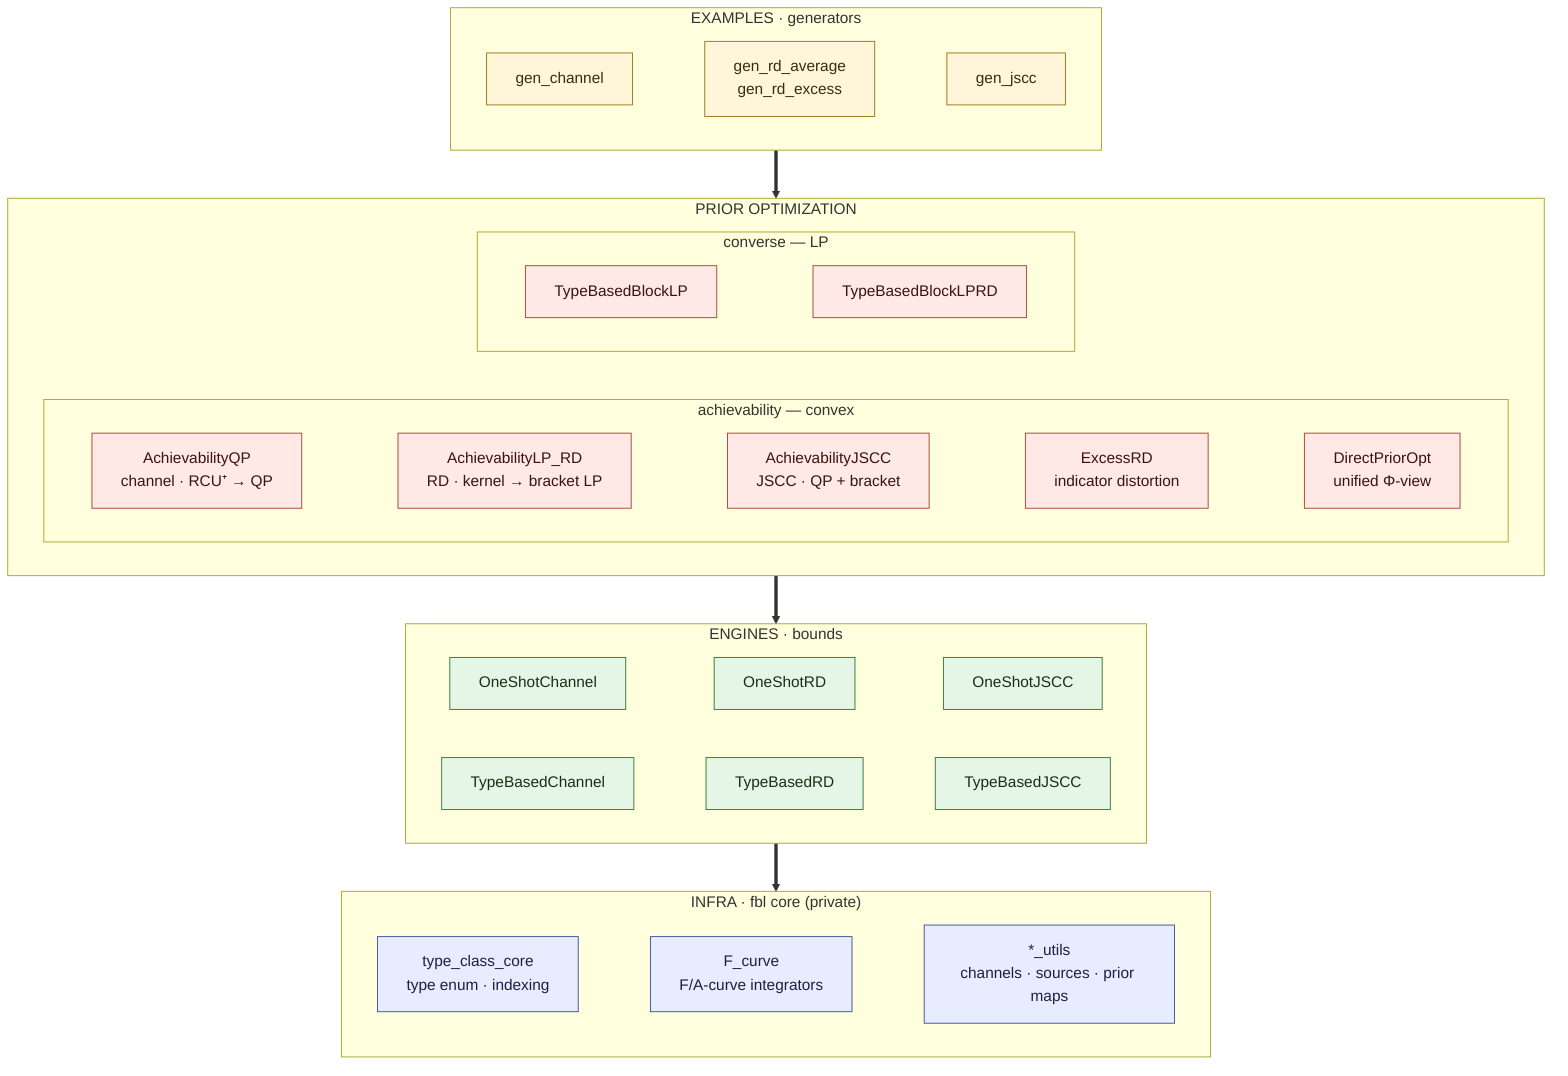
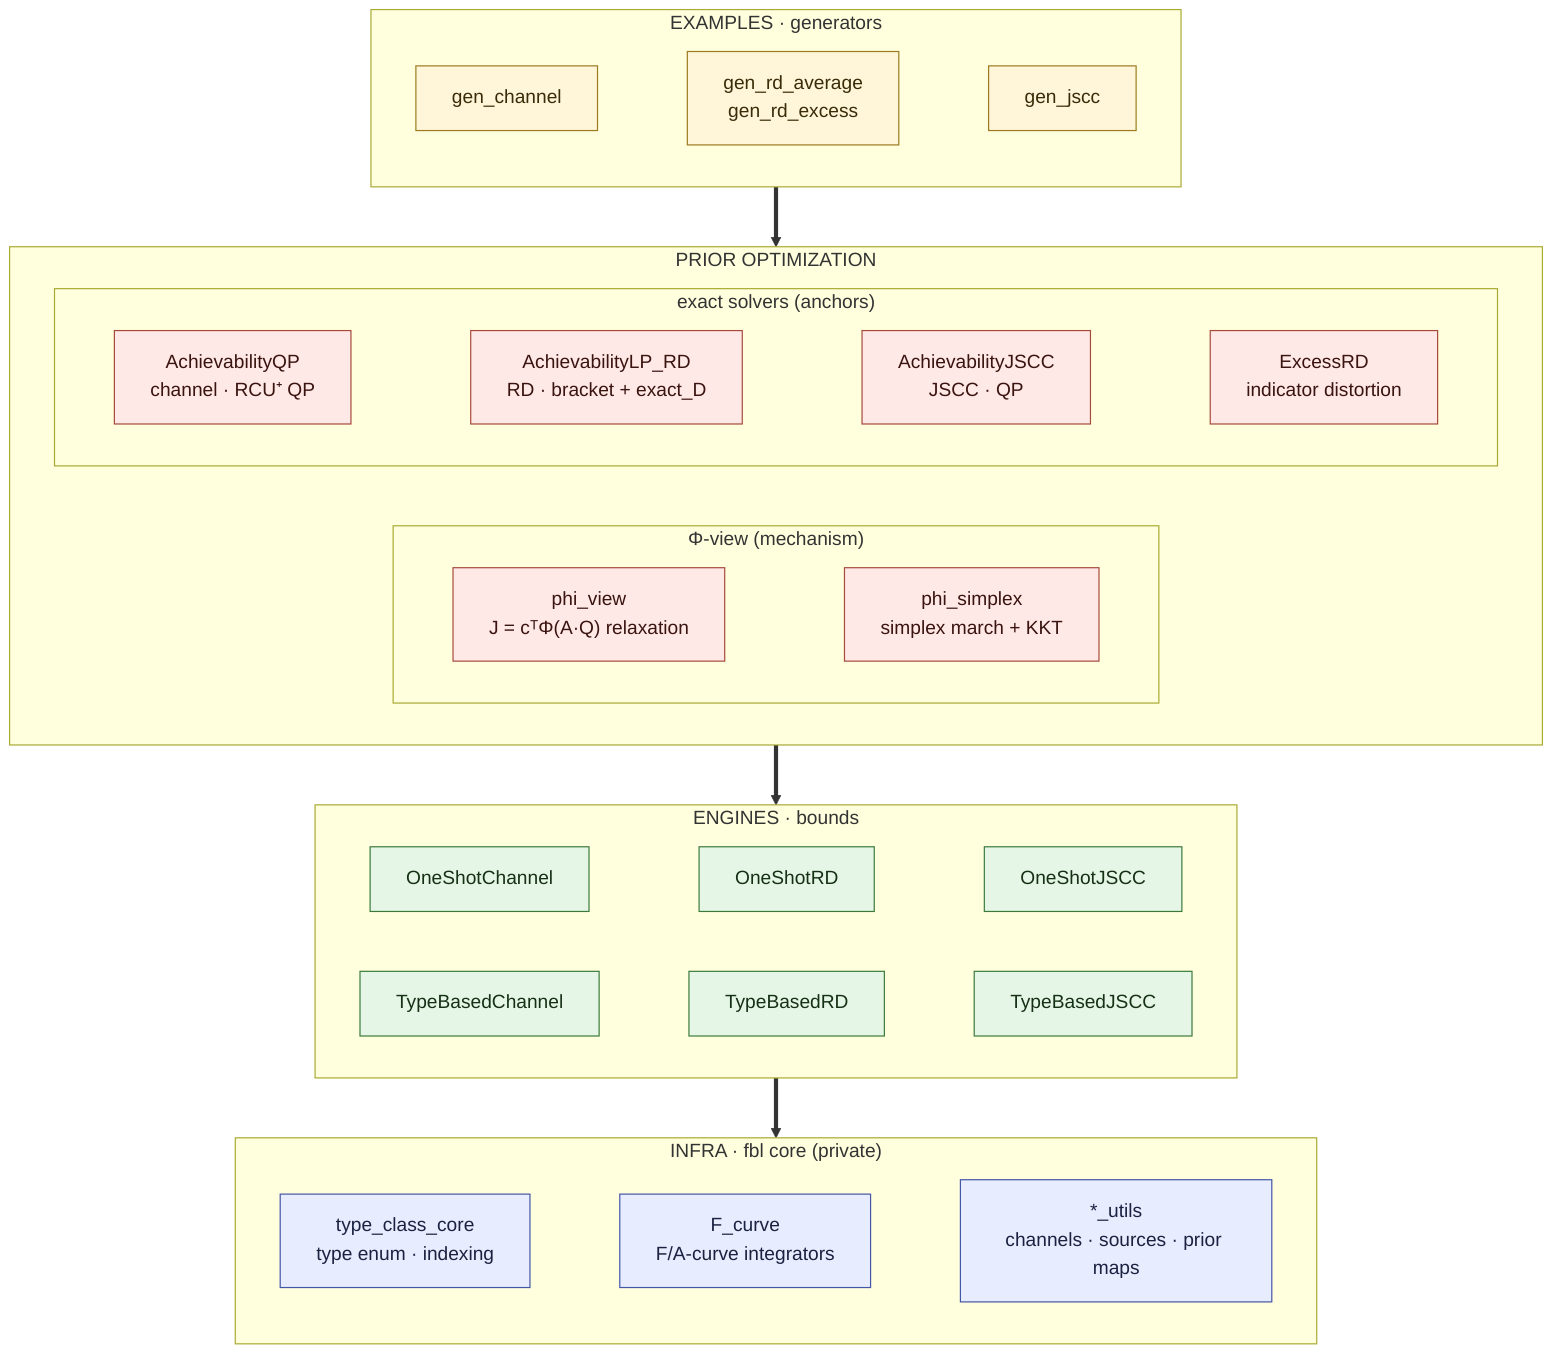
%% fbl — layered architecture (module dependency DAG).
%% Source of truth for docs/architecture.png. Render: python docs/render_diagram.py
flowchart TB
  classDef infra  fill:#e8ecff,stroke:#4456a6,color:#1a2240;
  classDef engine fill:#e6f6e6,stroke:#3c7a3c,color:#163016;
  classDef prior  fill:#ffe9e6,stroke:#a64a3c,color:#3a1410;
  classDef ex     fill:#fff6da,stroke:#9c7a1e,color:#3a2c08;

  subgraph EX["EXAMPLES · generators"]
    direction LR
    gch["gen_channel"]:::ex
    grd["gen_rd_average<br/>gen_rd_excess"]:::ex
    gjs["gen_jscc"]:::ex
    gch ~~~ grd ~~~ gjs
  end

  subgraph PO["PRIOR OPTIMIZATION"]
-     subgraph ACH["achievability — convex"]
+     subgraph CORE["Φ-view (mechanism)"]
      direction LR
-       QP["AchievabilityQP<br/>channel · RCU⁺ → QP"]:::prior
-       LPRD["AchievabilityLP_RD<br/>RD · kernel → bracket LP"]:::prior
-       JS["AchievabilityJSCC<br/>JSCC · QP + bracket"]:::prior
+       PV["phi_view<br/>J = cᵀΦ(A·Q) relaxation"]:::prior
+       PS["phi_simplex<br/>simplex march + KKT"]:::prior
+       PV ~~~ PS
+     end
+     subgraph ANCH["exact solvers (anchors)"]
+       direction LR
+       QP["AchievabilityQP<br/>channel · RCU⁺ QP"]:::prior
+       LPRD["AchievabilityLP_RD<br/>RD · bracket + exact_D"]:::prior
+       JS["AchievabilityJSCC<br/>JSCC · QP"]:::prior
      EXC["ExcessRD<br/>indicator distortion"]:::prior
-       DIR["DirectPriorOpt<br/>unified Φ-view"]:::prior
-       QP ~~~ LPRD ~~~ JS ~~~ EXC ~~~ DIR
-     end
-     subgraph CONV["converse — LP"]
-       direction LR
-       TBLP["TypeBasedBlockLP"]:::prior
-       TBLPRD["TypeBasedBlockLPRD"]:::prior
-       TBLP ~~~ TBLPRD
+       QP ~~~ LPRD ~~~ JS ~~~ EXC
    end
  end

  subgraph ENG["ENGINES · bounds"]
    direction LR
    OSC["OneShotChannel"]:::engine
    OSR["OneShotRD"]:::engine
    OSJ["OneShotJSCC"]:::engine
    TBC["TypeBasedChannel"]:::engine
    TBR["TypeBasedRD"]:::engine
    TBJ["TypeBasedJSCC"]:::engine
    OSC ~~~ OSR ~~~ OSJ
    TBC ~~~ TBR ~~~ TBJ
  end

  subgraph INF["INFRA · fbl core (private)"]
    direction LR
    TCC["type_class_core<br/>type enum · indexing"]:::infra
    FC["F_curve<br/>F/A-curve integrators"]:::infra
    UT["*_utils<br/>channels · sources · prior maps"]:::infra
    TCC ~~~ FC ~~~ UT
  end

  EX ==> PO
  PO ==> ENG
  ENG ==> INF
